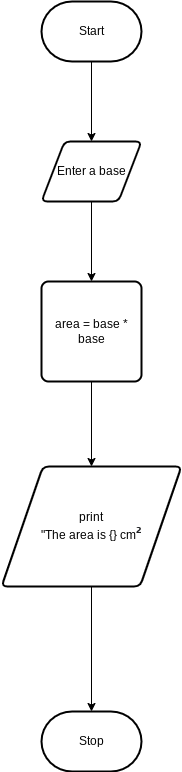
Earlier version of the draw.io export Flow-Chart.png (huihangisaac-ho/ICS3U-Assignment-6-Python). Source tidied: cells renumbered, new cells last; positions are measured from the earlier drawing's top-left corner, leaving out a move shared by most shapes.
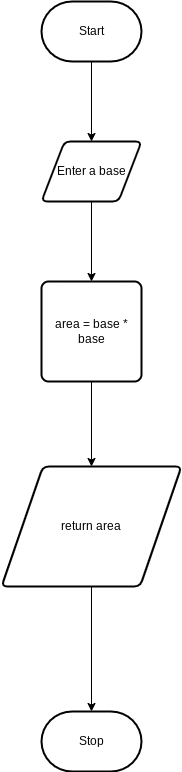
The same diagram one commit later.

The edit, as a diff of the source:
```diff
@@ -23,7 +23,7 @@
     <mxCell id="8" style="edgeStyle=orthogonalEdgeStyle;rounded=0;html=1;exitX=0.5;exitY=1;exitDx=0;exitDy=0;" parent="1" edge="1" source="9" target="10">
       <mxGeometry relative="1" as="geometry" />
     </mxCell>
-    <mxCell id="9" value="print&lt;br&gt;&quot;The area is {} cm&lt;b style=&quot;color: rgb(32 , 33 , 36) ; font-family: &amp;#34;arial&amp;#34; , sans-serif ; font-size: 16px ; background-color: rgb(255 , 255 , 255)&quot;&gt;²&lt;/b&gt;" style="shape=parallelogram;html=1;strokeWidth=2;perimeter=parallelogramPerimeter;whiteSpace=wrap;rounded=1;arcSize=12;size=0.23;" parent="1" vertex="1">
+    <mxCell id="9" value="return area" style="shape=parallelogram;html=1;strokeWidth=2;perimeter=parallelogramPerimeter;whiteSpace=wrap;rounded=1;arcSize=12;size=0.23;" parent="1" vertex="1">
       <mxGeometry y="465" width="180" height="120" as="geometry" />
     </mxCell>
     <mxCell id="10" value="Stop" style="strokeWidth=2;html=1;shape=mxgraph.flowchart.terminator;whiteSpace=wrap;" parent="1" vertex="1">
```
